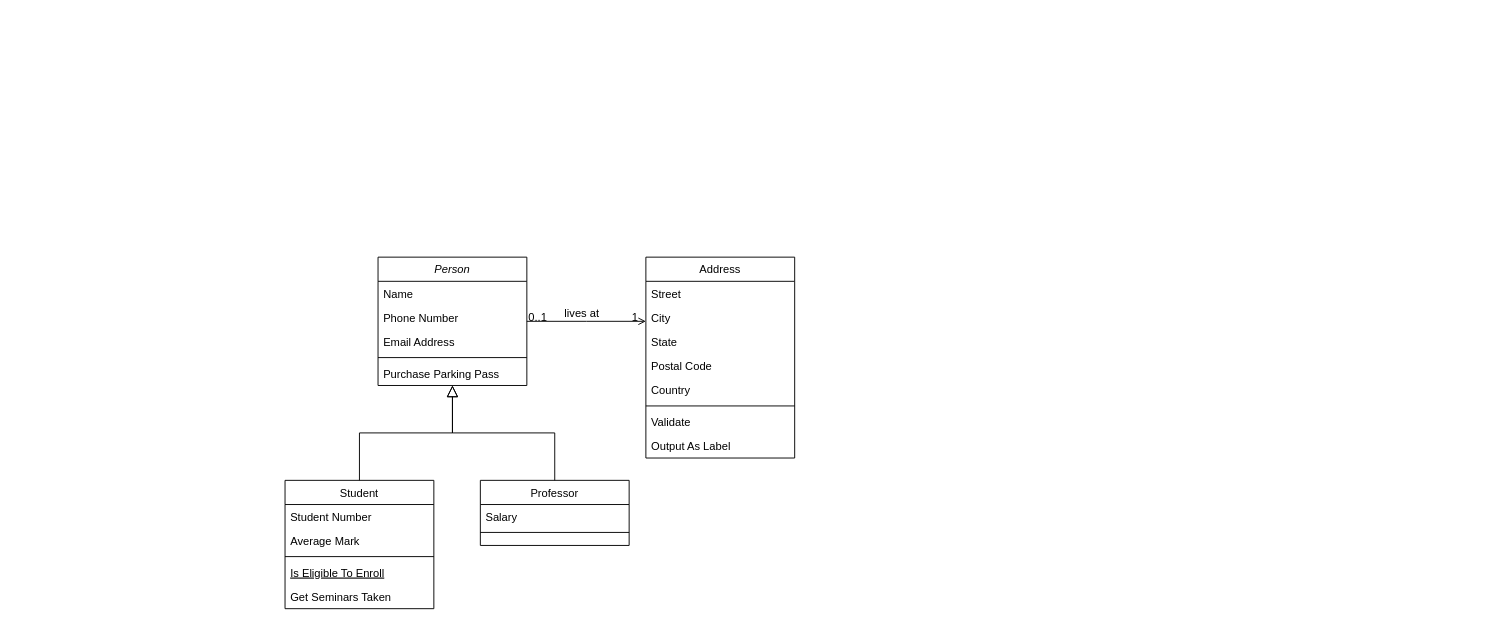
Before: Untitled Diagram.drawio in alwaysblu/ios-cloud-notes, a draw.io diagram. Source tidied: cells renumbered, new cells numbered last; positions are measured from the earlier drawing's top-left corner, leaving out a move shared by most shapes. Both pictures are drawn from the tidied source at 93%, with x=0, y=0 at pixel (285, 257).
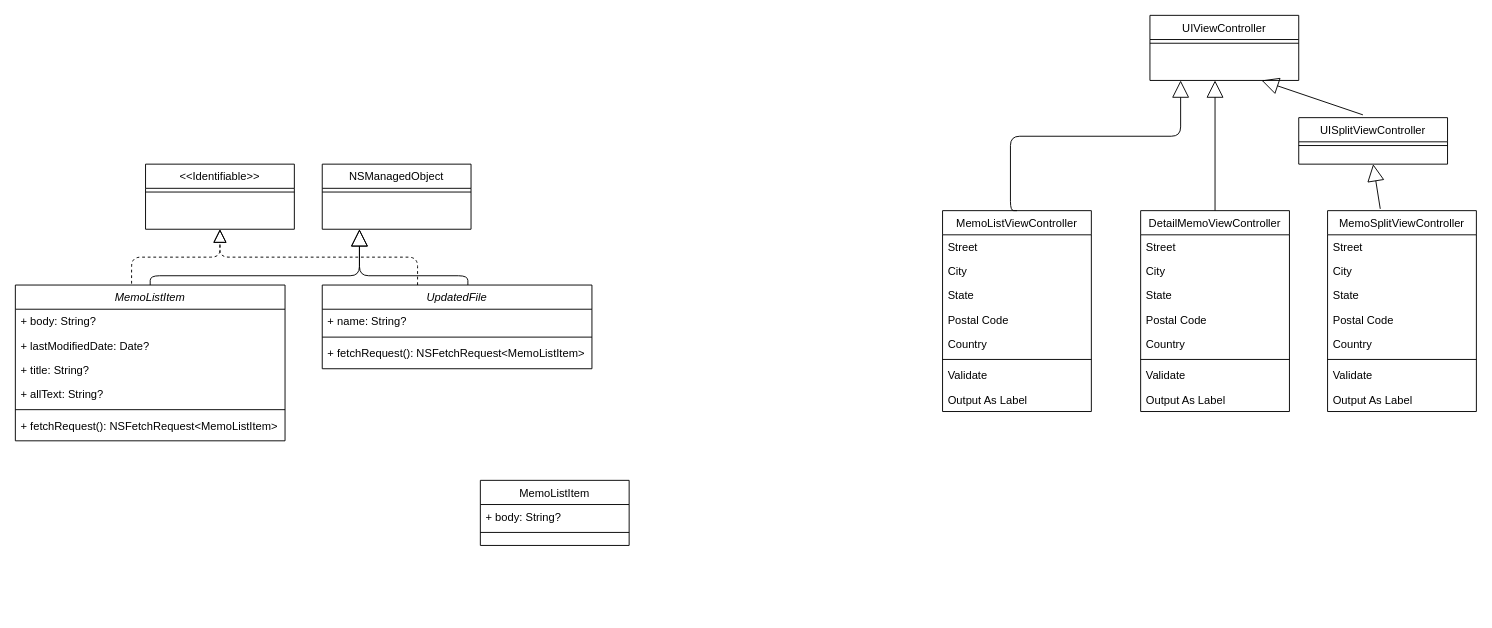
The same page after the edit.

The edit, as a diff of the source:
```diff
@@
-    <mxCell id="2" value="Person" style="swimlane;fontStyle=2;align=center;verticalAlign=top;horizontal=1;startSize=26;rounded=0;shadow=0;strokeWidth=1;" parent="1" vertex="1">
-      <mxGeometry x="100" width="160" height="138" as="geometry" />
+    <mxCell id="2" value="MemoListItem" style="swimlane;fontStyle=2;align=center;verticalAlign=top;horizontal=1;startSize=26;rounded=0;shadow=0;strokeWidth=1;" parent="1" vertex="1">
+      <mxGeometry x="-290" y="30" width="290" height="167.5" as="geometry" />
     </mxCell>
-    <mxCell id="3" value="Name" style="text;align=left;verticalAlign=top;spacingLeft=4;spacingRight=4;overflow=hidden;" parent="2" vertex="1">
-      <mxGeometry y="26" width="160" height="26" as="geometry" />
-    </mxCell>
-    <mxCell id="4" value="Phone Number" style="text;align=left;verticalAlign=top;spacingLeft=4;spacingRight=4;overflow=hidden;rounded=0;shadow=0;html=0;" parent="2" vertex="1">
-      <mxGeometry y="52" width="160" height="26" as="geometry" />
-    </mxCell>
-    <mxCell id="5" value="Email Address" style="text;align=left;verticalAlign=top;spacingLeft=4;spacingRight=4;overflow=hidden;rounded=0;shadow=0;html=0;" parent="2" vertex="1">
-      <mxGeometry y="78" width="160" height="26" as="geometry" />
-    </mxCell>
-    <mxCell id="6" style="line;html=1;strokeWidth=1;align=left;verticalAlign=middle;spacingTop=-1;spacingLeft=3;spacingRight=3;labelPosition=right;" parent="2" vertex="1">
-      <mxGeometry y="104" width="160" height="8" as="geometry" />
-    </mxCell>
-    <mxCell id="7" value="Purchase Parking Pass" style="text;align=left;verticalAlign=top;spacingLeft=4;spacingRight=4;overflow=hidden;" parent="2" vertex="1">
-      <mxGeometry y="112" width="160" height="26" as="geometry" />
-    </mxCell>
-    <mxCell id="8" value="Student" style="swimlane;fontStyle=0;align=center;verticalAlign=top;horizontal=1;startSize=26;rounded=0;shadow=0;strokeWidth=1;" parent="1" vertex="1">
-      <mxGeometry y="240" width="160" height="138" as="geometry" />
-    </mxCell>
-    <mxCell id="9" value="Student Number" style="text;align=left;verticalAlign=top;spacingLeft=4;spacingRight=4;overflow=hidden;" parent="8" vertex="1">
-      <mxGeometry y="26" width="160" height="26" as="geometry" />
-    </mxCell>
-    <mxCell id="10" value="Average Mark" style="text;align=left;verticalAlign=top;spacingLeft=4;spacingRight=4;overflow=hidden;rounded=0;shadow=0;html=0;" parent="8" vertex="1">
-      <mxGeometry y="52" width="160" height="26" as="geometry" />
-    </mxCell>
-    <mxCell id="11" style="line;html=1;strokeWidth=1;align=left;verticalAlign=middle;spacingTop=-1;spacingLeft=3;spacingRight=3;labelPosition=right;" parent="8" vertex="1">
-      <mxGeometry y="78" width="160" height="8" as="geometry" />
-    </mxCell>
-    <mxCell id="12" value="Is Eligible To Enroll" style="text;align=left;verticalAlign=top;spacingLeft=4;spacingRight=4;overflow=hidden;fontStyle=4;" parent="8" vertex="1">
-      <mxGeometry y="86" width="160" height="26" as="geometry" />
-    </mxCell>
-    <mxCell id="13" value="Get Seminars Taken" style="text;align=left;verticalAlign=top;spacingLeft=4;spacingRight=4;overflow=hidden;" parent="8" vertex="1">
-      <mxGeometry y="112" width="160" height="26" as="geometry" />
-    </mxCell>
-    <mxCell id="14" style="endArrow=block;endSize=10;endFill=0;shadow=0;strokeWidth=1;rounded=0;edgeStyle=elbowEdgeStyle;elbow=vertical;" parent="1" edge="1" source="8" target="2">
-      <mxGeometry relative="1" as="geometry" />
-    </mxCell>
+    <mxCell id="32" value="+ body: String?" style="text;align=left;verticalAlign=top;spacingLeft=4;spacingRight=4;overflow=hidden;" parent="2" vertex="1">
+      <mxGeometry y="26" width="290" height="26" as="geometry" />
+    </mxCell>
+    <mxCell id="33" value="+ lastModifiedDate: Date?" style="text;align=left;verticalAlign=top;spacingLeft=4;spacingRight=4;overflow=hidden;" parent="2" vertex="1">
+      <mxGeometry y="52" width="290" height="26" as="geometry" />
+    </mxCell>
+    <mxCell id="34" value="+ title: String?" style="text;align=left;verticalAlign=top;spacingLeft=4;spacingRight=4;overflow=hidden;" parent="2" vertex="1">
+      <mxGeometry y="78" width="290" height="26" as="geometry" />
+    </mxCell>
+    <mxCell id="35" value="+ allText: String?" style="text;align=left;verticalAlign=top;spacingLeft=4;spacingRight=4;overflow=hidden;" parent="2" vertex="1">
+      <mxGeometry y="104" width="290" height="26" as="geometry" />
+    </mxCell>
+    <mxCell id="36" style="line;strokeWidth=1;fillColor=none;align=left;verticalAlign=middle;spacingTop=-1;spacingLeft=3;spacingRight=3;labelPosition=right;" parent="2" vertex="1">
+      <mxGeometry y="130" width="290" height="8" as="geometry" />
+    </mxCell>
+    <mxCell id="37" value="+ fetchRequest(): NSFetchRequest&lt;MemoListItem&gt;" style="text;align=left;verticalAlign=top;spacingLeft=4;spacingRight=4;overflow=hidden;" parent="2" vertex="1">
+      <mxGeometry y="138" width="290" height="26" as="geometry" />
+    </mxCell>
-    <mxCell id="15" value="Professor" style="swimlane;fontStyle=0;align=center;verticalAlign=top;horizontal=1;startSize=26;rounded=0;shadow=0;strokeWidth=1;" parent="1" vertex="1">
+    <mxCell id="15" value="MemoListItem" style="swimlane;fontStyle=0;align=center;verticalAlign=top;horizontal=1;startSize=26;rounded=0;shadow=0;strokeWidth=1;" parent="1" vertex="1">
       <mxGeometry x="210" y="240" width="160" height="70" as="geometry" />
     </mxCell>
-    <mxCell id="16" value="Salary" style="text;align=left;verticalAlign=top;spacingLeft=4;spacingRight=4;overflow=hidden;" parent="15" vertex="1">
+    <mxCell id="16" value="+ body: String?" style="text;align=left;verticalAlign=top;spacingLeft=4;spacingRight=4;overflow=hidden;" parent="15" vertex="1">
       <mxGeometry y="26" width="160" height="26" as="geometry" />
     </mxCell>
@@
-    <mxCell id="18" style="endArrow=block;endSize=10;endFill=0;shadow=0;strokeWidth=1;rounded=0;edgeStyle=elbowEdgeStyle;elbow=vertical;" parent="1" edge="1" source="15" target="2">
-      <mxGeometry relative="1" as="geometry" />
-    </mxCell>
-    <mxCell id="19" value="Address" style="swimlane;fontStyle=0;align=center;verticalAlign=top;horizontal=1;startSize=26;rounded=0;shadow=0;strokeWidth=1;" parent="1" vertex="1">
-      <mxGeometry x="388" width="160" height="216" as="geometry" />
+    <mxCell id="19" value="MemoListViewController&#10;" style="swimlane;fontStyle=0;align=center;verticalAlign=top;horizontal=1;startSize=26;rounded=0;shadow=0;strokeWidth=1;" parent="1" vertex="1">
+      <mxGeometry x="707" y="-50" width="160" height="216" as="geometry" />
     </mxCell>
@@
-    <mxCell id="28" style="endArrow=open;shadow=0;strokeWidth=1;rounded=0;endFill=1;edgeStyle=elbowEdgeStyle;elbow=vertical;" parent="1" edge="1" source="2" target="19">
-      <mxGeometry x="0.5" y="41" relative="1" as="geometry">
-        <mxPoint x="-40" y="32" as="offset" />
-      </mxGeometry>
-    </mxCell>
-    <mxCell id="29" value="0..1" style="align=left;verticalAlign=bottom;labelBackgroundColor=none;fontSize=12;" parent="28" vertex="1">
-      <mxGeometry x="-1" relative="1" as="geometry">
-        <mxPoint y="4" as="offset" />
-      </mxGeometry>
-    </mxCell>
-    <mxCell id="30" value="1" style="align=right;verticalAlign=bottom;labelBackgroundColor=none;fontSize=12;" parent="28" vertex="1">
-      <mxGeometry x="1" relative="1" as="geometry">
-        <mxPoint x="-7" y="4" as="offset" />
-      </mxGeometry>
-    </mxCell>
-    <mxCell id="31" value="lives at" style="text;html=1;align=center;verticalAlign=middle;labelBackgroundColor=none;rounded=0;shadow=0;strokeWidth=1;fontSize=12;" parent="28" vertex="1">
-      <mxGeometry x="0.5" y="49" relative="1" as="geometry">
-        <mxPoint x="-38" y="40" as="offset" />
-      </mxGeometry>
-    </mxCell>
+    <mxCell id="38" value="NSManagedObject" style="swimlane;fontStyle=0;align=center;verticalAlign=top;horizontal=1;startSize=26;rounded=0;shadow=0;strokeWidth=1;" parent="1" vertex="1">
+      <mxGeometry x="40" y="-100" width="160" height="70" as="geometry" />
+    </mxCell>
+    <mxCell id="39" style="line;html=1;strokeWidth=1;align=left;verticalAlign=middle;spacingTop=-1;spacingLeft=3;spacingRight=3;labelPosition=right;" parent="38" vertex="1">
+      <mxGeometry y="26" width="160" height="8" as="geometry" />
+    </mxCell>
+    <mxCell id="40" style="endArrow=block;endSize=16;endFill=0;html=1;exitX=0.5;exitY=0;exitDx=0;exitDy=0;edgeStyle=orthogonalEdgeStyle;" parent="1" edge="1" source="2">
+      <mxGeometry relative="1" as="geometry">
+        <mxPoint x="80" y="-30" as="targetPoint" />
+        <Array as="points">
+          <mxPoint x="-145" y="20" />
+          <mxPoint x="80" y="20" />
+        </Array>
+      </mxGeometry>
+    </mxCell>
+    <mxCell id="41" style="endArrow=block;endSize=16;endFill=0;html=1;exitX=0.54;exitY=0.005;exitDx=0;exitDy=0;exitPerimeter=0;edgeStyle=orthogonalEdgeStyle;" parent="1" edge="1" source="42">
+      <mxGeometry relative="1" as="geometry">
+        <mxPoint x="80" y="-30" as="targetPoint" />
+        <Array as="points">
+          <mxPoint x="197" y="20" />
+          <mxPoint x="80" y="20" />
+        </Array>
+      </mxGeometry>
+    </mxCell>
+    <mxCell id="42" value="UpdatedFile" style="swimlane;fontStyle=2;align=center;verticalAlign=top;horizontal=1;startSize=26;rounded=0;shadow=0;strokeWidth=1;" parent="1" vertex="1">
+      <mxGeometry x="40" y="30" width="290" height="90" as="geometry" />
+    </mxCell>
+    <mxCell id="43" value="+ name: String?" style="text;align=left;verticalAlign=top;spacingLeft=4;spacingRight=4;overflow=hidden;" parent="42" vertex="1">
+      <mxGeometry y="26" width="290" height="26" as="geometry" />
+    </mxCell>
+    <mxCell id="44" style="line;strokeWidth=1;fillColor=none;align=left;verticalAlign=middle;spacingTop=-1;spacingLeft=3;spacingRight=3;labelPosition=right;" parent="42" vertex="1">
+      <mxGeometry y="52" width="290" height="8" as="geometry" />
+    </mxCell>
+    <mxCell id="45" value="+ fetchRequest(): NSFetchRequest&lt;MemoListItem&gt;" style="text;align=left;verticalAlign=top;spacingLeft=4;spacingRight=4;overflow=hidden;" parent="42" vertex="1">
+      <mxGeometry y="60" width="290" height="26" as="geometry" />
+    </mxCell>
+    <mxCell id="46" style="endArrow=block;dashed=1;endFill=0;endSize=12;html=1;exitX=0.431;exitY=-0.009;exitDx=0;exitDy=0;exitPerimeter=0;entryX=0.5;entryY=1;entryDx=0;entryDy=0;edgeStyle=orthogonalEdgeStyle;" parent="1" edge="1" source="2" target="48">
+      <mxGeometry relative="1" as="geometry" />
+    </mxCell>
+    <mxCell id="47" style="endArrow=block;dashed=1;endFill=0;endSize=12;html=1;exitX=0.431;exitY=-0.009;exitDx=0;exitDy=0;exitPerimeter=0;edgeStyle=orthogonalEdgeStyle;" parent="1" edge="1">
+      <mxGeometry relative="1" as="geometry">
+        <mxPoint x="142.5" y="30" as="sourcePoint" />
+        <mxPoint x="-70" y="-30" as="targetPoint" />
+        <Array as="points">
+          <mxPoint x="143" />
+          <mxPoint x="-70" />
+        </Array>
+      </mxGeometry>
+    </mxCell>
+    <mxCell id="48" value="&lt;&lt;Identifiable&gt;&gt;" style="swimlane;fontStyle=0;align=center;verticalAlign=top;horizontal=1;startSize=26;rounded=0;shadow=0;strokeWidth=1;" parent="1" vertex="1">
+      <mxGeometry x="-150" y="-100" width="160" height="70" as="geometry" />
+    </mxCell>
+    <mxCell id="49" style="line;html=1;strokeWidth=1;align=left;verticalAlign=middle;spacingTop=-1;spacingLeft=3;spacingRight=3;labelPosition=right;" parent="48" vertex="1">
+      <mxGeometry y="26" width="160" height="8" as="geometry" />
+    </mxCell>
+    <mxCell id="50" value="DetailMemoViewController" style="swimlane;fontStyle=0;align=center;verticalAlign=top;horizontal=1;startSize=26;rounded=0;shadow=0;strokeWidth=1;" parent="1" vertex="1">
+      <mxGeometry x="920" y="-50" width="160" height="216" as="geometry" />
+    </mxCell>
+    <mxCell id="51" value="Street" style="text;align=left;verticalAlign=top;spacingLeft=4;spacingRight=4;overflow=hidden;" parent="50" vertex="1">
+      <mxGeometry y="26" width="160" height="26" as="geometry" />
+    </mxCell>
+    <mxCell id="52" value="City" style="text;align=left;verticalAlign=top;spacingLeft=4;spacingRight=4;overflow=hidden;rounded=0;shadow=0;html=0;" parent="50" vertex="1">
+      <mxGeometry y="52" width="160" height="26" as="geometry" />
+    </mxCell>
+    <mxCell id="53" value="State" style="text;align=left;verticalAlign=top;spacingLeft=4;spacingRight=4;overflow=hidden;rounded=0;shadow=0;html=0;" parent="50" vertex="1">
+      <mxGeometry y="78" width="160" height="26" as="geometry" />
+    </mxCell>
+    <mxCell id="54" value="Postal Code" style="text;align=left;verticalAlign=top;spacingLeft=4;spacingRight=4;overflow=hidden;rounded=0;shadow=0;html=0;" parent="50" vertex="1">
+      <mxGeometry y="104" width="160" height="26" as="geometry" />
+    </mxCell>
+    <mxCell id="55" value="Country" style="text;align=left;verticalAlign=top;spacingLeft=4;spacingRight=4;overflow=hidden;rounded=0;shadow=0;html=0;" parent="50" vertex="1">
+      <mxGeometry y="130" width="160" height="26" as="geometry" />
+    </mxCell>
+    <mxCell id="56" style="line;html=1;strokeWidth=1;align=left;verticalAlign=middle;spacingTop=-1;spacingLeft=3;spacingRight=3;labelPosition=right;" parent="50" vertex="1">
+      <mxGeometry y="156" width="160" height="8" as="geometry" />
+    </mxCell>
+    <mxCell id="57" value="Validate" style="text;align=left;verticalAlign=top;spacingLeft=4;spacingRight=4;overflow=hidden;" parent="50" vertex="1">
+      <mxGeometry y="164" width="160" height="26" as="geometry" />
+    </mxCell>
+    <mxCell id="58" value="Output As Label" style="text;align=left;verticalAlign=top;spacingLeft=4;spacingRight=4;overflow=hidden;" parent="50" vertex="1">
+      <mxGeometry y="190" width="160" height="26" as="geometry" />
+    </mxCell>
+    <mxCell id="59" value="MemoSplitViewController&#10;" style="swimlane;fontStyle=0;align=center;verticalAlign=top;horizontal=1;startSize=26;rounded=0;shadow=0;strokeWidth=1;" parent="1" vertex="1">
+      <mxGeometry x="1121" y="-50" width="160" height="216" as="geometry" />
+    </mxCell>
+    <mxCell id="60" value="Street" style="text;align=left;verticalAlign=top;spacingLeft=4;spacingRight=4;overflow=hidden;" parent="59" vertex="1">
+      <mxGeometry y="26" width="160" height="26" as="geometry" />
+    </mxCell>
+    <mxCell id="61" value="City" style="text;align=left;verticalAlign=top;spacingLeft=4;spacingRight=4;overflow=hidden;rounded=0;shadow=0;html=0;" parent="59" vertex="1">
+      <mxGeometry y="52" width="160" height="26" as="geometry" />
+    </mxCell>
+    <mxCell id="62" value="State" style="text;align=left;verticalAlign=top;spacingLeft=4;spacingRight=4;overflow=hidden;rounded=0;shadow=0;html=0;" parent="59" vertex="1">
+      <mxGeometry y="78" width="160" height="26" as="geometry" />
+    </mxCell>
+    <mxCell id="63" value="Postal Code" style="text;align=left;verticalAlign=top;spacingLeft=4;spacingRight=4;overflow=hidden;rounded=0;shadow=0;html=0;" parent="59" vertex="1">
+      <mxGeometry y="104" width="160" height="26" as="geometry" />
+    </mxCell>
+    <mxCell id="64" value="Country" style="text;align=left;verticalAlign=top;spacingLeft=4;spacingRight=4;overflow=hidden;rounded=0;shadow=0;html=0;" parent="59" vertex="1">
+      <mxGeometry y="130" width="160" height="26" as="geometry" />
+    </mxCell>
+    <mxCell id="65" style="line;html=1;strokeWidth=1;align=left;verticalAlign=middle;spacingTop=-1;spacingLeft=3;spacingRight=3;labelPosition=right;" parent="59" vertex="1">
+      <mxGeometry y="156" width="160" height="8" as="geometry" />
+    </mxCell>
+    <mxCell id="66" value="Validate" style="text;align=left;verticalAlign=top;spacingLeft=4;spacingRight=4;overflow=hidden;" parent="59" vertex="1">
+      <mxGeometry y="164" width="160" height="26" as="geometry" />
+    </mxCell>
+    <mxCell id="67" value="Output As Label" style="text;align=left;verticalAlign=top;spacingLeft=4;spacingRight=4;overflow=hidden;" parent="59" vertex="1">
+      <mxGeometry y="190" width="160" height="26" as="geometry" />
+    </mxCell>
+    <mxCell id="68" value="UIViewController&#10;" style="swimlane;fontStyle=0;align=center;verticalAlign=top;horizontal=1;startSize=26;rounded=0;shadow=0;strokeWidth=1;" parent="1" vertex="1">
+      <mxGeometry x="930" y="-260" width="160" height="70" as="geometry" />
+    </mxCell>
+    <mxCell id="69" style="line;html=1;strokeWidth=1;align=left;verticalAlign=middle;spacingTop=-1;spacingLeft=3;spacingRight=3;labelPosition=right;" parent="68" vertex="1">
+      <mxGeometry y="26" width="160" height="8" as="geometry" />
+    </mxCell>
+    <mxCell id="70" value="UISplitViewController" style="swimlane;fontStyle=0;align=center;verticalAlign=top;horizontal=1;startSize=26;rounded=0;shadow=0;strokeWidth=1;" parent="1" vertex="1">
+      <mxGeometry x="1090" y="-150" width="160" height="50" as="geometry" />
+    </mxCell>
+    <mxCell id="71" style="line;html=1;strokeWidth=1;align=left;verticalAlign=middle;spacingTop=-1;spacingLeft=3;spacingRight=3;labelPosition=right;" parent="70" vertex="1">
+      <mxGeometry y="26" width="160" height="8" as="geometry" />
+    </mxCell>
+    <mxCell id="72" style="endArrow=block;endSize=16;endFill=0;html=1;edgeStyle=orthogonalEdgeStyle;exitX=0.5;exitY=0;exitDx=0;exitDy=0;" parent="1" edge="1" source="19">
+      <mxGeometry relative="1" as="geometry">
+        <mxPoint x="963" y="-190" as="targetPoint" />
+        <Array as="points">
+          <mxPoint x="780" y="-50" />
+          <mxPoint x="780" y="-130" />
+          <mxPoint x="963" y="-130" />
+        </Array>
+      </mxGeometry>
+    </mxCell>
+    <mxCell id="73" style="endArrow=block;endSize=16;endFill=0;html=1;exitX=0.5;exitY=0;exitDx=0;exitDy=0;" parent="1" edge="1" source="50">
+      <mxGeometry relative="1" as="geometry">
+        <mxPoint x="1000" y="-190" as="targetPoint" />
+      </mxGeometry>
+    </mxCell>
+    <mxCell id="74" style="endArrow=block;endSize=16;endFill=0;html=1;exitX=0.354;exitY=-0.009;exitDx=0;exitDy=0;exitPerimeter=0;" parent="1" edge="1" source="59">
+      <mxGeometry relative="1" as="geometry">
+        <mxPoint x="1170" y="-100" as="targetPoint" />
+      </mxGeometry>
+    </mxCell>
+    <mxCell id="75" style="endArrow=block;endSize=16;endFill=0;html=1;entryX=0.75;entryY=1;entryDx=0;entryDy=0;" parent="1" edge="1" target="68">
+      <mxGeometry relative="1" as="geometry">
+        <mxPoint x="1159" y="-153" as="sourcePoint" />
+      </mxGeometry>
+    </mxCell>
```
